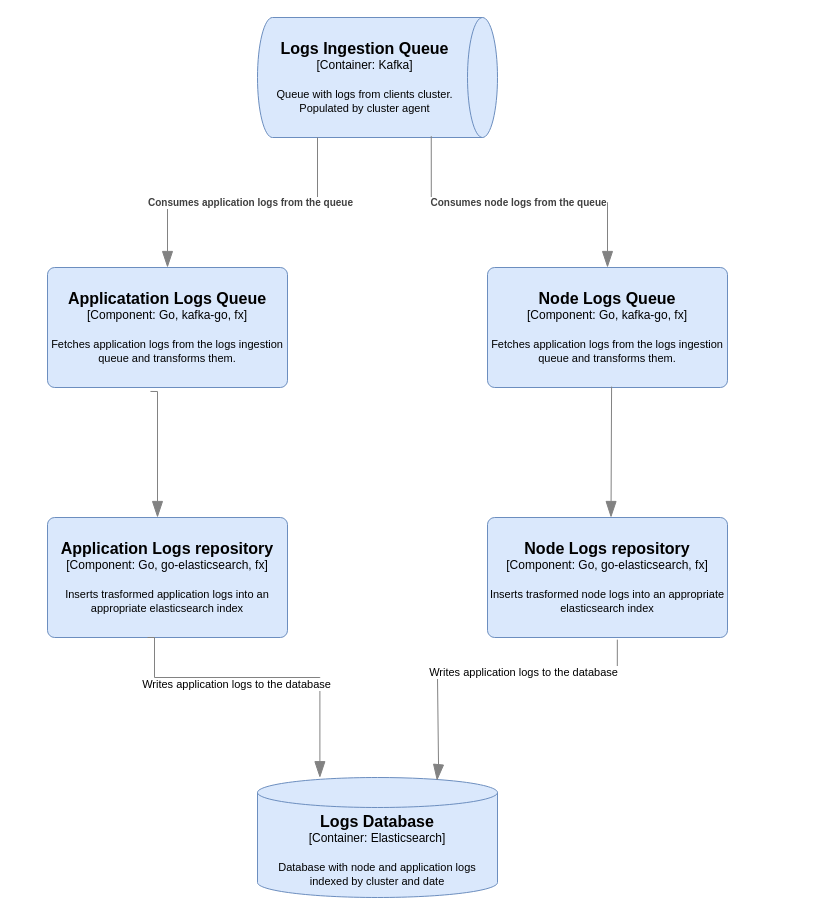
Before: docs/diagrams/logs-ingestion/components/logs-ingestion-components.drawio in Magpie-Monitor/magpie-monitor, a draw.io diagram. Source tidied: cells renumbered, new cells numbered last; positions are measured from the earlier drawing's top-left corner, leaving out a move shared by most shapes. Both pictures are drawn from the tidied source at 100%, with x=0, y=0 at pixel (47, 17).
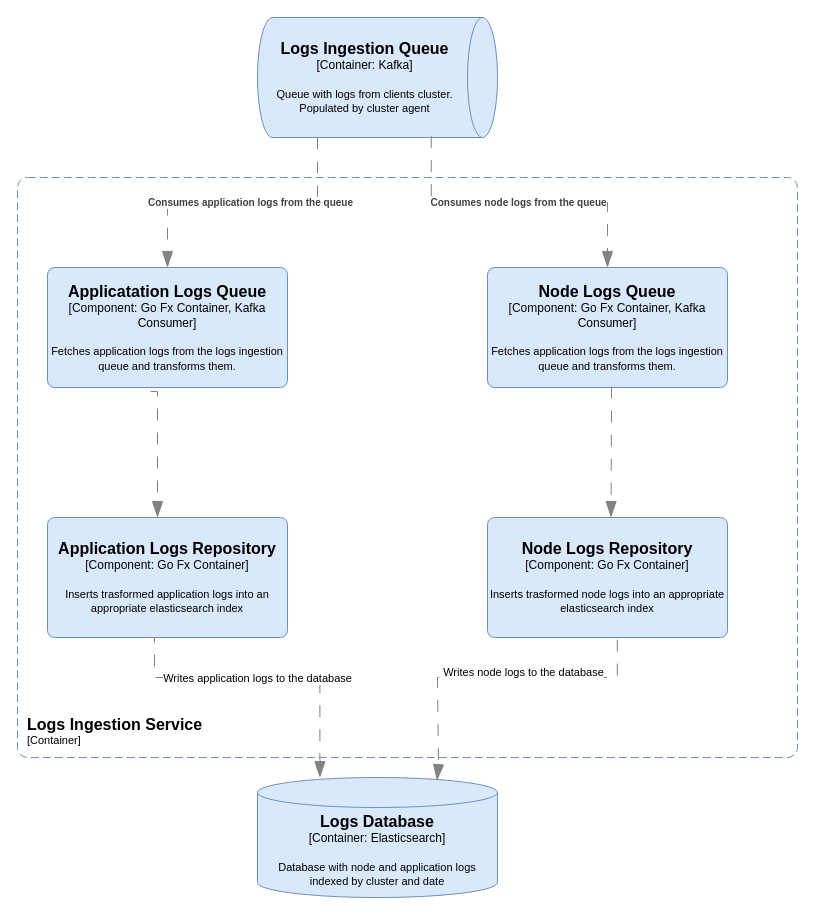
The same page after the edit.

Unchanged cells that the change refers to:
```xml
<object id="2" label="&lt;font style=&quot;font-size: 16px&quot;&gt;&lt;b&gt;%c4Name%&lt;/b&gt;&lt;/font&gt;&lt;div&gt;[%c4Type%:&amp;nbsp;%c4Technology%]&lt;/div&gt;&lt;br&gt;&lt;div&gt;&lt;font style=&quot;font-size: 11px&quot;&gt;&lt;font&gt;%c4Description%&lt;/font&gt;&lt;/font&gt;&lt;/div&gt;" c4Description="Queue with logs from clients cluster. Populated by cluster agent" c4Name="Logs Ingestion Queue" c4Technology="Kafka" c4Type="Container" placeholders="1">
  <mxCell style="shape=cylinder3;size=15;direction=south;whiteSpace=wrap;html=1;boundedLbl=1;rounded=0;labelBackgroundColor=none;fillColor=#dae8fc;fontSize=12;align=center;strokeColor=#6c8ebf;points=[[0.5,0,0],[1,0.25,0],[1,0.5,0],[1,0.75,0],[0.5,1,0],[0,0.75,0],[0,0.5,0],[0,0.25,0]];fontColor=default;" parent="1" vertex="1">
    <mxGeometry x="210" width="240" height="120" as="geometry" />
  </mxCell>
</object>
<object id="11" label="&lt;font style=&quot;font-size: 16px&quot;&gt;&lt;b&gt;%c4Name%&lt;/b&gt;&lt;/font&gt;&lt;div&gt;[%c4Type%:&amp;nbsp;%c4Technology%]&lt;/div&gt;&lt;br&gt;&lt;div&gt;&lt;font style=&quot;font-size: 11px&quot;&gt;&lt;font&gt;%c4Description%&lt;/font&gt;&lt;/font&gt;&lt;/div&gt;" c4Description="Database with node and application logs indexed by cluster and date" c4Name="Logs Database" c4Technology="Elasticsearch" c4Type="Container" placeholders="1">
  <mxCell style="shape=cylinder3;size=15;whiteSpace=wrap;html=1;boundedLbl=1;rounded=0;labelBackgroundColor=none;fillColor=#dae8fc;fontSize=12;align=center;strokeColor=#6c8ebf;points=[[0.5,0,0],[1,0.25,0],[1,0.5,0],[1,0.75,0],[0.5,1,0],[0,0.75,0],[0,0.5,0],[0,0.25,0]];fontColor=default;" parent="1" vertex="1">
    <mxGeometry x="210" y="760" width="240" height="120" as="geometry" />
  </mxCell>
</object>
```

The edit, as a diff of the source:
```diff
@@
-    <object id="3" label="&lt;font style=&quot;font-size: 16px&quot;&gt;&lt;b&gt;%c4Name%&lt;/b&gt;&lt;/font&gt;&lt;div&gt;[%c4Type%: %c4Technology%]&lt;/div&gt;&lt;br&gt;&lt;div&gt;&lt;font style=&quot;font-size: 11px&quot;&gt;%c4Description%&lt;/font&gt;&lt;/div&gt;" c4Description="Fetches application logs from the logs ingestion queue and transforms them." c4Name="Applicatation Logs Queue" c4Technology="Go, kafka-go, fx" c4Type="Component" placeholders="1">
+    <object id="3" label="&lt;font style=&quot;font-size: 16px&quot;&gt;&lt;b&gt;%c4Name%&lt;/b&gt;&lt;/font&gt;&lt;div&gt;[%c4Type%: %c4Technology%]&lt;/div&gt;&lt;br&gt;&lt;div&gt;&lt;font style=&quot;font-size: 11px&quot;&gt;%c4Description%&lt;/font&gt;&lt;/div&gt;" c4Description="Fetches application logs from the logs ingestion queue and transforms them." c4Name="Applicatation Logs Queue" c4Technology="Go Fx Container, Kafka Consumer" c4Type="Component" placeholders="1">
       <mxCell style="rounded=1;whiteSpace=wrap;html=1;labelBackgroundColor=none;fillColor=#dae8fc;align=center;arcSize=6;strokeColor=#6c8ebf;points=[[0.25,0,0],[0.5,0,0],[0.75,0,0],[1,0.25,0],[1,0.5,0],[1,0.75,0],[0.75,1,0],[0.5,1,0],[0.25,1,0],[0,0.75,0],[0,0.5,0],[0,0.25,0]];fontColor=default;" parent="1" vertex="1">
         <mxGeometry y="250" width="240" height="120" as="geometry" />
       </mxCell>
     </object>
-    <object id="4" label="&lt;font style=&quot;font-size: 16px&quot;&gt;&lt;b&gt;%c4Name%&lt;/b&gt;&lt;/font&gt;&lt;div&gt;[%c4Type%: %c4Technology%]&lt;/div&gt;&lt;br&gt;&lt;div&gt;&lt;font style=&quot;font-size: 11px&quot;&gt;%c4Description%&lt;/font&gt;&lt;/div&gt;" c4Description="Fetches application logs from the logs ingestion queue and transforms them." c4Name="Node Logs Queue" c4Technology="Go, kafka-go, fx" c4Type="Component" placeholders="1">
+    <object id="4" label="&lt;font style=&quot;font-size: 16px&quot;&gt;&lt;b&gt;%c4Name%&lt;/b&gt;&lt;/font&gt;&lt;div&gt;[%c4Type%: %c4Technology%]&lt;/div&gt;&lt;br&gt;&lt;div&gt;&lt;font style=&quot;font-size: 11px&quot;&gt;%c4Description%&lt;/font&gt;&lt;/div&gt;" c4Description="Fetches application logs from the logs ingestion queue and transforms them." c4Name="Node Logs Queue" c4Technology="Go Fx Container, Kafka Consumer" c4Type="Component" placeholders="1">
       <mxCell style="rounded=1;whiteSpace=wrap;html=1;labelBackgroundColor=none;fillColor=#dae8fc;align=center;arcSize=6;strokeColor=#6c8ebf;points=[[0.25,0,0],[0.5,0,0],[0.75,0,0],[1,0.25,0],[1,0.5,0],[1,0.75,0],[0.75,1,0],[0.5,1,0],[0.25,1,0],[0,0.75,0],[0,0.5,0],[0,0.25,0]];fontColor=default;" parent="1" vertex="1">
         <mxGeometry x="440" y="250" width="240" height="120" as="geometry" />
       </mxCell>
     </object>
     <object id="5" label="&lt;div style=&quot;text-align: left&quot;&gt;&lt;div style=&quot;text-align: center&quot;&gt;&lt;b&gt;%c4Description%&lt;/b&gt;&lt;/div&gt;" c4Description="Consumes application logs from the queue" placeholders="1">
-      <mxCell style="endArrow=blockThin;html=1;fontSize=10;fontColor=#404040;strokeWidth=1;endFill=1;strokeColor=#828282;elbow=vertical;endSize=14;startSize=14;jumpStyle=arc;jumpSize=16;rounded=0;edgeStyle=orthogonalEdgeStyle;" parent="1" edge="1" target="3">
+      <mxCell style="endArrow=blockThin;html=1;fontSize=10;fontColor=#404040;strokeWidth=1;endFill=1;strokeColor=#828282;elbow=vertical;endSize=14;startSize=14;jumpStyle=arc;jumpSize=16;rounded=0;edgeStyle=orthogonalEdgeStyle;dashed=1;dashPattern=12 12;" parent="1" edge="1" target="3">
         <mxGeometry x="-0.06" relative="1" as="geometry">
           <mxPoint x="270" y="120" as="sourcePoint" />
           <Array as="points">
             <mxPoint x="270" y="121" />
             <mxPoint x="270" y="185" />
             <mxPoint x="120" y="185" />
           </Array>
         </mxGeometry>
       </mxCell>
     </object>
     <object id="6" label="&lt;div style=&quot;text-align: left&quot;&gt;&lt;div style=&quot;text-align: center&quot;&gt;&lt;b&gt;%c4Description%&lt;/b&gt;&lt;/div&gt;" c4Description="Consumes node logs from the queue" placeholders="1">
-      <mxCell style="endArrow=blockThin;html=1;fontSize=10;fontColor=#404040;strokeWidth=1;endFill=1;strokeColor=#828282;elbow=vertical;endSize=14;startSize=14;jumpStyle=arc;jumpSize=16;rounded=0;edgeStyle=orthogonalEdgeStyle;exitX=0.989;exitY=0.276;exitDx=0;exitDy=0;exitPerimeter=0;" parent="1" edge="1" source="2" target="4">
+      <mxCell style="endArrow=blockThin;html=1;fontSize=10;fontColor=#404040;strokeWidth=1;endFill=1;strokeColor=#828282;elbow=vertical;endSize=14;startSize=14;jumpStyle=arc;jumpSize=16;rounded=0;edgeStyle=orthogonalEdgeStyle;exitX=0.989;exitY=0.276;exitDx=0;exitDy=0;exitPerimeter=0;dashed=1;dashPattern=12 12;" parent="1" edge="1" source="2" target="4">
         <mxGeometry relative="1" as="geometry" />
       </mxCell>
     </object>
-    <object id="7" label="&lt;font style=&quot;font-size: 16px&quot;&gt;&lt;b&gt;%c4Name%&lt;/b&gt;&lt;/font&gt;&lt;div&gt;[%c4Type%: %c4Technology%]&lt;/div&gt;&lt;br&gt;&lt;div&gt;&lt;font style=&quot;font-size: 11px&quot;&gt;%c4Description%&lt;/font&gt;&lt;/div&gt;" c4Description="Inserts trasformed application logs into an appropriate elasticsearch index" c4Name="Application Logs repository" c4Technology="Go, go-elasticsearch, fx" c4Type="Component" placeholders="1">
+    <object id="7" label="&lt;font style=&quot;font-size: 16px&quot;&gt;&lt;b&gt;%c4Name%&lt;/b&gt;&lt;/font&gt;&lt;div&gt;[%c4Type%: %c4Technology%]&lt;/div&gt;&lt;br&gt;&lt;div&gt;&lt;font style=&quot;font-size: 11px&quot;&gt;%c4Description%&lt;/font&gt;&lt;/div&gt;" c4Description="Inserts trasformed application logs into an appropriate elasticsearch index" c4Name="Application Logs Repository" c4Technology="Go Fx Container" c4Type="Component" placeholders="1">
       <mxCell style="rounded=1;whiteSpace=wrap;html=1;labelBackgroundColor=none;fillColor=#dae8fc;align=center;arcSize=6;strokeColor=#6c8ebf;points=[[0.25,0,0],[0.5,0,0],[0.75,0,0],[1,0.25,0],[1,0.5,0],[1,0.75,0],[0.75,1,0],[0.5,1,0],[0.25,1,0],[0,0.75,0],[0,0.5,0],[0,0.25,0]];fontColor=default;" parent="1" vertex="1">
         <mxGeometry y="500" width="240" height="120" as="geometry" />
       </mxCell>
     </object>
-    <object id="8" label="&lt;font style=&quot;font-size: 16px&quot;&gt;&lt;b&gt;%c4Name%&lt;/b&gt;&lt;/font&gt;&lt;div&gt;[%c4Type%: %c4Technology%]&lt;/div&gt;&lt;br&gt;&lt;div&gt;&lt;font style=&quot;font-size: 11px&quot;&gt;%c4Description%&lt;/font&gt;&lt;/div&gt;" c4Description="Inserts trasformed node logs into an appropriate elasticsearch index" c4Name="Node Logs repository" c4Technology="Go, go-elasticsearch, fx" c4Type="Component" placeholders="1">
+    <object id="8" label="&lt;font style=&quot;font-size: 16px&quot;&gt;&lt;b&gt;%c4Name%&lt;/b&gt;&lt;/font&gt;&lt;div&gt;[%c4Type%: %c4Technology%]&lt;/div&gt;&lt;br&gt;&lt;div&gt;&lt;font style=&quot;font-size: 11px&quot;&gt;%c4Description%&lt;/font&gt;&lt;/div&gt;" c4Description="Inserts trasformed node logs into an appropriate elasticsearch index" c4Name="Node Logs Repository" c4Technology="Go Fx Container" c4Type="Component" placeholders="1">
       <mxCell style="rounded=1;whiteSpace=wrap;html=1;labelBackgroundColor=none;fillColor=#dae8fc;align=center;arcSize=6;strokeColor=#6c8ebf;points=[[0.25,0,0],[0.5,0,0],[0.75,0,0],[1,0.25,0],[1,0.5,0],[1,0.75,0],[0.75,1,0],[0.5,1,0],[0.25,1,0],[0,0.75,0],[0,0.5,0],[0,0.25,0]];fontColor=default;" parent="1" vertex="1">
         <mxGeometry x="440" y="500" width="240" height="120" as="geometry" />
       </mxCell>
     </object>
-    <mxCell id="9" style="endArrow=blockThin;html=1;fontSize=10;fontColor=#404040;strokeWidth=1;endFill=1;strokeColor=#828282;elbow=vertical;endSize=14;startSize=14;jumpStyle=arc;jumpSize=16;rounded=0;edgeStyle=orthogonalEdgeStyle;exitX=0.429;exitY=1.033;exitDx=0;exitDy=0;exitPerimeter=0;" parent="1" edge="1" source="3" target="7">
+    <mxCell id="9" style="endArrow=blockThin;html=1;fontSize=10;fontColor=#404040;strokeWidth=1;endFill=1;strokeColor=#828282;elbow=vertical;endSize=14;startSize=14;jumpStyle=arc;jumpSize=16;rounded=0;edgeStyle=orthogonalEdgeStyle;exitX=0.429;exitY=1.033;exitDx=0;exitDy=0;exitPerimeter=0;dashed=1;dashPattern=12 12;" parent="1" edge="1" source="3" target="7">
       <mxGeometry relative="1" as="geometry">
         <Array as="points">
           <mxPoint x="110" y="374" />
         </Array>
       </mxGeometry>
     </mxCell>
-    <mxCell id="10" style="endArrow=blockThin;html=1;fontSize=10;fontColor=#404040;strokeWidth=1;endFill=1;strokeColor=#828282;elbow=vertical;endSize=14;startSize=14;jumpStyle=arc;jumpSize=16;rounded=0;edgeStyle=orthogonalEdgeStyle;exitX=0.517;exitY=0.993;exitDx=0;exitDy=0;exitPerimeter=0;" parent="1" edge="1" source="4">
+    <mxCell id="10" style="endArrow=blockThin;html=1;fontSize=10;fontColor=#404040;strokeWidth=1;endFill=1;strokeColor=#828282;elbow=vertical;endSize=14;startSize=14;jumpStyle=arc;jumpSize=16;rounded=0;edgeStyle=orthogonalEdgeStyle;exitX=0.517;exitY=0.993;exitDx=0;exitDy=0;exitPerimeter=0;dashed=1;dashPattern=12 12;" parent="1" edge="1" source="4">
       <mxGeometry relative="1" as="geometry">
         <mxPoint x="563.5" y="500" as="targetPoint" />
         <Array as="points">
           <mxPoint x="564" y="374" />
           <mxPoint x="564" y="374" />
         </Array>
       </mxGeometry>
     </mxCell>
@@
-    <mxCell id="12" style="endArrow=blockThin;html=1;fontSize=10;fontColor=#404040;strokeWidth=1;endFill=1;strokeColor=#828282;elbow=vertical;endSize=14;startSize=14;jumpStyle=arc;jumpSize=16;rounded=0;edgeStyle=orthogonalEdgeStyle;exitX=0.429;exitY=1.033;exitDx=0;exitDy=0;exitPerimeter=0;entryX=0.26;entryY=0.002;entryDx=0;entryDy=0;entryPerimeter=0;" parent="1" edge="1" target="11">
+    <mxCell id="12" style="endArrow=blockThin;html=1;fontSize=10;fontColor=#404040;strokeWidth=1;endFill=1;strokeColor=#828282;elbow=vertical;endSize=14;startSize=14;jumpStyle=arc;jumpSize=16;rounded=0;edgeStyle=orthogonalEdgeStyle;exitX=0.429;exitY=1.033;exitDx=0;exitDy=0;exitPerimeter=0;entryX=0.26;entryY=0.002;entryDx=0;entryDy=0;entryPerimeter=0;dashed=1;dashPattern=12 12;" parent="1" edge="1" target="11">
       <mxGeometry relative="1" as="geometry">
         <mxPoint x="100" y="620" as="sourcePoint" />
         <Array as="points">
           <mxPoint x="107" y="620" />
           <mxPoint x="107" y="660" />
           <mxPoint x="272" y="660" />
         </Array>
       </mxGeometry>
     </mxCell>
-    <mxCell id="13" value="Writes application logs to the database" style="edgeLabel;html=1;align=center;verticalAlign=middle;" parent="12" vertex="1">
-      <mxGeometry x="-0.18" y="-6" relative="1" as="geometry" />
+    <mxCell id="13" value="Writes application logs to the database" style="edgeLabel;html=1;align=center;verticalAlign=middle;fontStyle=0;" parent="12" vertex="1">
+      <mxGeometry x="-0.18" y="-6" relative="1" as="geometry">
+        <mxPoint x="21" y="-6" as="offset" />
+      </mxGeometry>
     </mxCell>
-    <mxCell id="14" style="endArrow=blockThin;html=1;fontSize=10;fontColor=#404040;strokeWidth=1;endFill=1;strokeColor=#828282;elbow=vertical;endSize=14;startSize=14;jumpStyle=arc;jumpSize=16;rounded=0;edgeStyle=orthogonalEdgeStyle;exitX=0.541;exitY=1.018;exitDx=0;exitDy=0;exitPerimeter=0;entryX=0.748;entryY=0.026;entryDx=0;entryDy=0;entryPerimeter=0;" parent="1" edge="1" source="8" target="11">
+    <mxCell id="14" style="endArrow=blockThin;html=1;fontSize=10;fontColor=#404040;strokeWidth=1;endFill=1;strokeColor=#828282;elbow=vertical;endSize=14;startSize=14;jumpStyle=arc;jumpSize=16;rounded=0;edgeStyle=orthogonalEdgeStyle;exitX=0.541;exitY=1.018;exitDx=0;exitDy=0;exitPerimeter=0;entryX=0.748;entryY=0.026;entryDx=0;entryDy=0;entryPerimeter=0;dashed=1;dashPattern=12 12;" parent="1" edge="1" source="8" target="11">
       <mxGeometry relative="1" as="geometry">
         <Array as="points">
           <mxPoint x="570" y="660" />
           <mxPoint x="390" y="660" />
           <mxPoint x="390" y="758" />
         </Array>
       </mxGeometry>
     </mxCell>
-    <mxCell id="15" value="Writes application logs to the database" style="edgeLabel;html=1;align=center;verticalAlign=middle;" parent="14" vertex="1">
+    <mxCell id="15" value="Writes node logs to the database" style="edgeLabel;html=1;align=center;verticalAlign=middle;" parent="14" vertex="1">
       <mxGeometry x="-0.18" y="-6" relative="1" as="geometry" />
     </mxCell>
+    <object id="16" label="&lt;font style=&quot;font-size: 16px&quot;&gt;&lt;b&gt;&lt;div style=&quot;text-align: left&quot;&gt;%c4Name%&lt;/div&gt;&lt;/b&gt;&lt;/font&gt;&lt;div style=&quot;text-align: left&quot;&gt;[%c4Application%]&lt;/div&gt;" c4Application="Container" c4Name="Logs Ingestion Service" placeholders="1">
+      <mxCell style="rounded=1;fontSize=11;whiteSpace=wrap;html=1;dashed=1;arcSize=20;fillColor=none;strokeColor=#6c8ebf;labelBackgroundColor=none;align=left;verticalAlign=bottom;labelBorderColor=none;spacingTop=0;spacing=10;dashPattern=8 4;perimeter=rectanglePerimeter;noLabel=0;labelPadding=0;absoluteArcSize=1;" parent="1" vertex="1">
+        <mxGeometry x="-30" y="160" width="780" height="580" as="geometry" />
+      </mxCell>
+    </object>
```
